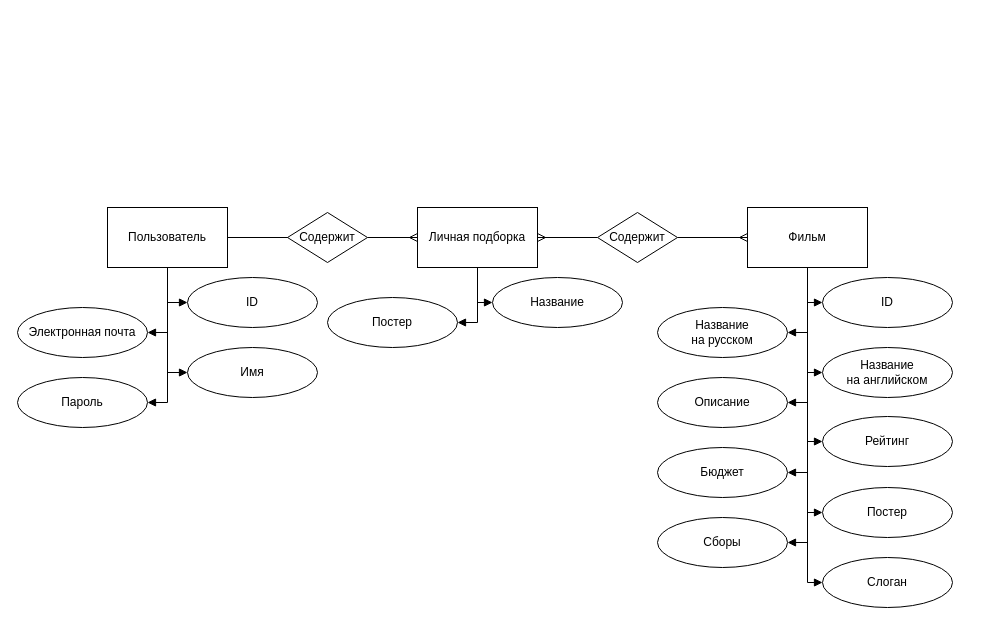
Before: lab01/diagrams/er.drawio in kalashkovpaul/bmstu-sd, a draw.io diagram. Source tidied: cells renumbered, new cells numbered last; positions are measured from the earlier drawing's top-left corner, leaving out a move shared by most shapes. Both pictures are drawn from the tidied source at 100%, with x=0, y=0 at pixel (17, 207).
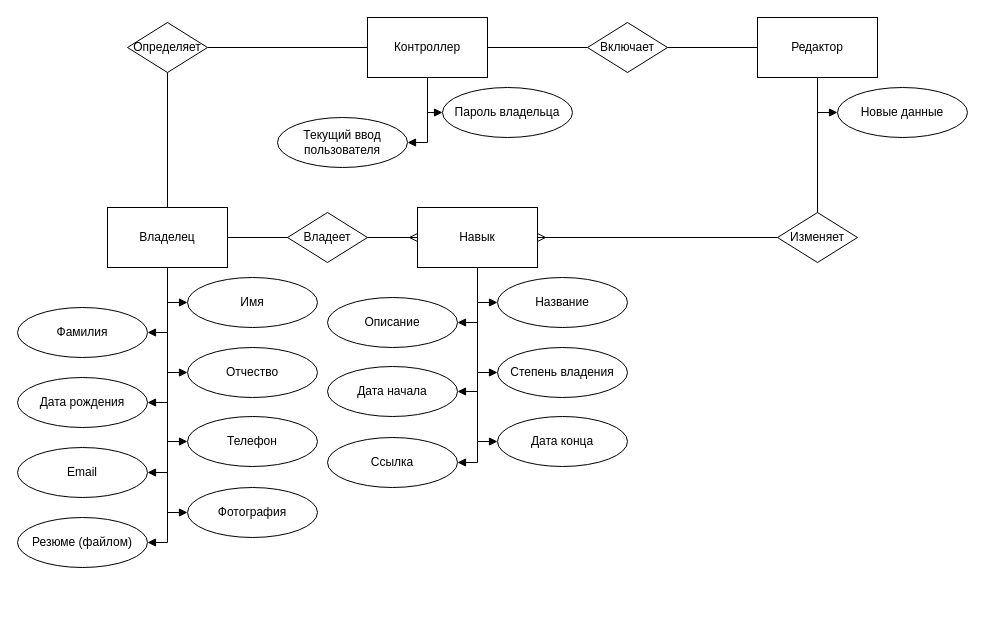
Above is the later version.

Diff of the diagram source:
```diff
@@
+    <mxCell id="41" style="edgeStyle=none;html=1;exitX=0.5;exitY=1;exitDx=0;exitDy=0;entryX=0;entryY=0.5;entryDx=0;entryDy=0;rounded=0;endArrow=block;endFill=1;" parent="1" edge="1" source="7" target="51">
+      <mxGeometry relative="1" as="geometry">
+        <Array as="points">
+          <mxPoint x="150" y="234" />
+        </Array>
+      </mxGeometry>
+    </mxCell>
+    <mxCell id="42" style="edgeStyle=none;rounded=0;html=1;exitX=0.5;exitY=1;exitDx=0;exitDy=0;entryX=1;entryY=0.5;entryDx=0;entryDy=0;endArrow=block;endFill=1;" parent="1" edge="1" source="7" target="52">
+      <mxGeometry relative="1" as="geometry">
+        <Array as="points">
+          <mxPoint x="150" y="265" />
+        </Array>
+      </mxGeometry>
+    </mxCell>
+    <mxCell id="43" style="edgeStyle=none;rounded=0;html=1;exitX=0.5;exitY=1;exitDx=0;exitDy=0;entryX=0;entryY=0.5;entryDx=0;entryDy=0;endArrow=block;endFill=1;" parent="1" edge="1" source="7" target="53">
+      <mxGeometry relative="1" as="geometry">
+        <Array as="points">
+          <mxPoint x="150" y="305" />
+        </Array>
+      </mxGeometry>
+    </mxCell>
+    <mxCell id="44" style="edgeStyle=none;rounded=0;html=1;exitX=0.5;exitY=1;exitDx=0;exitDy=0;entryX=1;entryY=0.5;entryDx=0;entryDy=0;endArrow=block;endFill=1;" parent="1" edge="1" source="7" target="58">
+      <mxGeometry relative="1" as="geometry">
+        <Array as="points">
+          <mxPoint x="150" y="335" />
+        </Array>
+      </mxGeometry>
+    </mxCell>
+    <mxCell id="45" style="edgeStyle=none;rounded=0;html=1;exitX=0.5;exitY=0;exitDx=0;exitDy=0;entryX=0.5;entryY=1;entryDx=0;entryDy=0;endArrow=none;endFill=0;" parent="1" edge="1" source="7" target="60">
+      <mxGeometry relative="1" as="geometry" />
+    </mxCell>
-    <mxCell id="7" value="Пользователь" style="whiteSpace=wrap;html=1;" parent="1" vertex="1">
+    <mxCell id="7" value="Владелец" style="whiteSpace=wrap;html=1;" parent="1" vertex="1">
       <mxGeometry x="90" width="120" height="60" as="geometry" />
     </mxCell>
-    <mxCell id="8" value="ID" style="ellipse;whiteSpace=wrap;html=1;" parent="1" vertex="1">
+    <mxCell id="8" value="Имя" style="ellipse;whiteSpace=wrap;html=1;" parent="1" vertex="1">
       <mxGeometry x="170" y="70" width="130" height="50" as="geometry" />
     </mxCell>
-    <mxCell id="9" value="Электронная почта" style="ellipse;whiteSpace=wrap;html=1;" parent="1" vertex="1">
+    <mxCell id="9" value="Фамилия" style="ellipse;whiteSpace=wrap;html=1;" parent="1" vertex="1">
       <mxGeometry y="100" width="130" height="50" as="geometry" />
     </mxCell>
-    <mxCell id="10" value="Имя" style="ellipse;whiteSpace=wrap;html=1;" parent="1" vertex="1">
+    <mxCell id="10" value="Отчество" style="ellipse;whiteSpace=wrap;html=1;" parent="1" vertex="1">
       <mxGeometry x="170" y="140" width="130" height="50" as="geometry" />
     </mxCell>
-    <mxCell id="11" value="Пароль" style="ellipse;whiteSpace=wrap;html=1;" parent="1" vertex="1">
+    <mxCell id="11" value="Дата рождения" style="ellipse;whiteSpace=wrap;html=1;" parent="1" vertex="1">
       <mxGeometry y="170" width="130" height="50" as="geometry" />
     </mxCell>
     <mxCell id="12" style="edgeStyle=none;rounded=0;html=1;exitX=0.5;exitY=1;exitDx=0;exitDy=0;entryX=0;entryY=0.5;entryDx=0;entryDy=0;endArrow=block;endFill=1;" parent="1" edge="1" source="21" target="22">
       <mxGeometry relative="1" as="geometry">
         <Array as="points">
-          <mxPoint x="790" y="95" />
+          <mxPoint x="410" y="-95" />
         </Array>
       </mxGeometry>
     </mxCell>
     <mxCell id="13" style="edgeStyle=none;rounded=0;html=1;exitX=0.5;exitY=1;exitDx=0;exitDy=0;entryX=1;entryY=0.5;entryDx=0;entryDy=0;endArrow=block;endFill=1;" parent="1" edge="1" source="21" target="23">
       <mxGeometry relative="1" as="geometry">
         <Array as="points">
-          <mxPoint x="790" y="125" />
+          <mxPoint x="410" y="-65" />
         </Array>
       </mxGeometry>
     </mxCell>
-    <mxCell id="14" style="edgeStyle=none;rounded=0;html=1;exitX=0.5;exitY=1;exitDx=0;exitDy=0;entryX=0;entryY=0.5;entryDx=0;entryDy=0;endArrow=block;endFill=1;" parent="1" edge="1" source="21" target="24">
-      <mxGeometry relative="1" as="geometry">
-        <Array as="points">
-          <mxPoint x="790" y="165" />
-        </Array>
-      </mxGeometry>
-    </mxCell>
-    <mxCell id="15" style="edgeStyle=none;rounded=0;html=1;exitX=0.5;exitY=1;exitDx=0;exitDy=0;entryX=1;entryY=0.5;entryDx=0;entryDy=0;endArrow=block;endFill=1;" parent="1" edge="1" source="21" target="25">
-      <mxGeometry relative="1" as="geometry">
-        <Array as="points">
-          <mxPoint x="790" y="195" />
-        </Array>
-      </mxGeometry>
-    </mxCell>
-    <mxCell id="16" style="edgeStyle=none;rounded=0;html=1;exitX=0.5;exitY=1;exitDx=0;exitDy=0;entryX=0;entryY=0.5;entryDx=0;entryDy=0;endArrow=block;endFill=1;" parent="1" edge="1" source="21" target="26">
-      <mxGeometry relative="1" as="geometry">
-        <Array as="points">
-          <mxPoint x="790" y="234" />
-        </Array>
-      </mxGeometry>
-    </mxCell>
-    <mxCell id="17" style="edgeStyle=none;rounded=0;html=1;exitX=0.5;exitY=1;exitDx=0;exitDy=0;entryX=1;entryY=0.5;entryDx=0;entryDy=0;endArrow=block;endFill=1;" parent="1" edge="1" source="21" target="27">
-      <mxGeometry relative="1" as="geometry">
-        <Array as="points">
-          <mxPoint x="790" y="265" />
-        </Array>
-      </mxGeometry>
-    </mxCell>
-    <mxCell id="18" style="edgeStyle=none;rounded=0;html=1;exitX=0.5;exitY=1;exitDx=0;exitDy=0;entryX=0;entryY=0.5;entryDx=0;entryDy=0;endArrow=block;endFill=1;" parent="1" edge="1" source="21" target="28">
-      <mxGeometry relative="1" as="geometry">
-        <Array as="points">
-          <mxPoint x="790" y="305" />
-        </Array>
-      </mxGeometry>
-    </mxCell>
-    <mxCell id="19" style="edgeStyle=none;rounded=0;html=1;exitX=0.5;exitY=1;exitDx=0;exitDy=0;entryX=1;entryY=0.5;entryDx=0;entryDy=0;endArrow=block;endFill=1;" parent="1" edge="1" source="21" target="29">
-      <mxGeometry relative="1" as="geometry">
-        <Array as="points">
-          <mxPoint x="790" y="335" />
-        </Array>
-      </mxGeometry>
-    </mxCell>
-    <mxCell id="20" style="edgeStyle=none;rounded=0;html=1;exitX=0.5;exitY=1;exitDx=0;exitDy=0;entryX=0;entryY=0.5;entryDx=0;entryDy=0;endArrow=block;endFill=1;" parent="1" edge="1" source="21" target="30">
-      <mxGeometry relative="1" as="geometry">
-        <Array as="points">
-          <mxPoint x="790" y="375" />
-        </Array>
-      </mxGeometry>
-    </mxCell>
+    <mxCell id="46" style="edgeStyle=none;rounded=0;html=1;exitX=1;exitY=0.5;exitDx=0;exitDy=0;entryX=0;entryY=0.5;entryDx=0;entryDy=0;endArrow=none;endFill=0;" parent="1" edge="1" source="21" target="65">
+      <mxGeometry relative="1" as="geometry" />
+    </mxCell>
-    <mxCell id="21" value="Фильм" style="whiteSpace=wrap;html=1;" parent="1" vertex="1">
-      <mxGeometry x="730" width="120" height="60" as="geometry" />
+    <mxCell id="21" value="Контроллер" style="whiteSpace=wrap;html=1;" parent="1" vertex="1">
+      <mxGeometry x="350" y="-190" width="120" height="60" as="geometry" />
     </mxCell>
-    <mxCell id="22" value="ID" style="ellipse;whiteSpace=wrap;html=1;" parent="1" vertex="1">
-      <mxGeometry x="805" y="70" width="130" height="50" as="geometry" />
+    <mxCell id="22" value="Пароль владельца" style="ellipse;whiteSpace=wrap;html=1;" parent="1" vertex="1">
+      <mxGeometry x="425" y="-120" width="130" height="50" as="geometry" />
     </mxCell>
-    <mxCell id="23" value="Название&lt;br style=&quot;border-color: var(--border-color);&quot;&gt;на русском" style="ellipse;whiteSpace=wrap;html=1;" parent="1" vertex="1">
-      <mxGeometry x="640" y="100" width="130" height="50" as="geometry" />
+    <mxCell id="23" value="Текущий ввод пользователя" style="ellipse;whiteSpace=wrap;html=1;" parent="1" vertex="1">
+      <mxGeometry x="260" y="-90" width="130" height="50" as="geometry" />
     </mxCell>
-    <mxCell id="24" value="Название&lt;br&gt;на английском" style="ellipse;whiteSpace=wrap;html=1;" parent="1" vertex="1">
-      <mxGeometry x="805" y="140" width="130" height="50" as="geometry" />
-    </mxCell>
-    <mxCell id="25" value="Описание" style="ellipse;whiteSpace=wrap;html=1;" parent="1" vertex="1">
-      <mxGeometry x="640" y="170" width="130" height="50" as="geometry" />
-    </mxCell>
-    <mxCell id="26" value="Рейтинг" style="ellipse;whiteSpace=wrap;html=1;" parent="1" vertex="1">
-      <mxGeometry x="805" y="209" width="130" height="50" as="geometry" />
-    </mxCell>
-    <mxCell id="27" value="Бюджет" style="ellipse;whiteSpace=wrap;html=1;" parent="1" vertex="1">
-      <mxGeometry x="640" y="240" width="130" height="50" as="geometry" />
-    </mxCell>
-    <mxCell id="28" value="Постер" style="ellipse;whiteSpace=wrap;html=1;" parent="1" vertex="1">
-      <mxGeometry x="805" y="280" width="130" height="50" as="geometry" />
-    </mxCell>
-    <mxCell id="29" value="Сборы" style="ellipse;whiteSpace=wrap;html=1;" parent="1" vertex="1">
-      <mxGeometry x="640" y="310" width="130" height="50" as="geometry" />
-    </mxCell>
-    <mxCell id="30" value="Слоган" style="ellipse;whiteSpace=wrap;html=1;" parent="1" vertex="1">
-      <mxGeometry x="805" y="350" width="130" height="50" as="geometry" />
-    </mxCell>
@@
-    <mxCell id="33" style="edgeStyle=none;rounded=0;html=1;exitX=1;exitY=0.5;exitDx=0;exitDy=0;entryX=0;entryY=0.5;entryDx=0;entryDy=0;endArrow=none;endFill=0;startArrow=ERmany;startFill=0;" parent="1" edge="1" source="34" target="40">
-      <mxGeometry relative="1" as="geometry" />
-    </mxCell>
+    <mxCell id="47" style="edgeStyle=none;rounded=0;html=1;exitX=0.5;exitY=1;exitDx=0;exitDy=0;entryX=0;entryY=0.5;entryDx=0;entryDy=0;endArrow=block;endFill=1;" parent="1" edge="1" source="34" target="54">
+      <mxGeometry relative="1" as="geometry">
+        <Array as="points">
+          <mxPoint x="460" y="165" />
+        </Array>
+      </mxGeometry>
+    </mxCell>
+    <mxCell id="48" style="edgeStyle=none;rounded=0;html=1;exitX=0.5;exitY=1;exitDx=0;exitDy=0;entryX=1;entryY=0.5;entryDx=0;entryDy=0;endArrow=block;endFill=1;" parent="1" edge="1" source="34" target="55">
+      <mxGeometry relative="1" as="geometry">
+        <Array as="points">
+          <mxPoint x="460" y="184" />
+        </Array>
+      </mxGeometry>
+    </mxCell>
+    <mxCell id="49" style="edgeStyle=none;rounded=0;html=1;exitX=0.5;exitY=1;exitDx=0;exitDy=0;entryX=0;entryY=0.5;entryDx=0;entryDy=0;endArrow=block;endFill=1;" parent="1" edge="1" source="34" target="56">
+      <mxGeometry relative="1" as="geometry">
+        <Array as="points">
+          <mxPoint x="460" y="234" />
+        </Array>
+      </mxGeometry>
+    </mxCell>
+    <mxCell id="50" style="edgeStyle=none;rounded=0;html=1;exitX=0.5;exitY=1;exitDx=0;exitDy=0;entryX=1;entryY=0.5;entryDx=0;entryDy=0;endArrow=block;endFill=1;" parent="1" edge="1" source="34" target="57">
+      <mxGeometry relative="1" as="geometry">
+        <Array as="points">
+          <mxPoint x="460" y="255" />
+        </Array>
+      </mxGeometry>
+    </mxCell>
-    <mxCell id="34" value="Личная подборка" style="whiteSpace=wrap;html=1;" parent="1" vertex="1">
+    <mxCell id="34" value="Навык" style="whiteSpace=wrap;html=1;" parent="1" vertex="1">
       <mxGeometry x="400" width="120" height="60" as="geometry" />
     </mxCell>
     <mxCell id="35" value="Название" style="ellipse;whiteSpace=wrap;html=1;" parent="1" vertex="1">
-      <mxGeometry x="475" y="70" width="130" height="50" as="geometry" />
+      <mxGeometry x="480" y="70" width="130" height="50" as="geometry" />
     </mxCell>
-    <mxCell id="36" value="Постер" style="ellipse;whiteSpace=wrap;html=1;" parent="1" vertex="1">
+    <mxCell id="36" value="Описание" style="ellipse;whiteSpace=wrap;html=1;" parent="1" vertex="1">
       <mxGeometry x="310" y="90" width="130" height="50" as="geometry" />
     </mxCell>
@@
-    <mxCell id="38" value="Содержит" style="rhombus;whiteSpace=wrap;html=1;" parent="1" vertex="1">
+    <mxCell id="38" value="Владеет" style="rhombus;whiteSpace=wrap;html=1;" parent="1" vertex="1">
       <mxGeometry x="270" y="5" width="80" height="50" as="geometry" />
     </mxCell>
-    <mxCell id="39" style="edgeStyle=none;rounded=0;html=1;exitX=1;exitY=0.5;exitDx=0;exitDy=0;entryX=0;entryY=0.5;entryDx=0;entryDy=0;endArrow=ERmany;endFill=0;" parent="1" edge="1" source="40" target="21">
-      <mxGeometry relative="1" as="geometry" />
-    </mxCell>
-    <mxCell id="40" value="Содержит" style="rhombus;whiteSpace=wrap;html=1;" parent="1" vertex="1">
-      <mxGeometry x="580" y="5" width="80" height="50" as="geometry" />
-    </mxCell>
+    <mxCell id="51" value="Телефон" style="ellipse;whiteSpace=wrap;html=1;" parent="1" vertex="1">
+      <mxGeometry x="170" y="209" width="130" height="50" as="geometry" />
+    </mxCell>
+    <mxCell id="52" value="Email" style="ellipse;whiteSpace=wrap;html=1;" parent="1" vertex="1">
+      <mxGeometry y="240" width="130" height="50" as="geometry" />
+    </mxCell>
+    <mxCell id="53" value="Фотография" style="ellipse;whiteSpace=wrap;html=1;" parent="1" vertex="1">
+      <mxGeometry x="170" y="280" width="130" height="50" as="geometry" />
+    </mxCell>
+    <mxCell id="54" value="Степень владения" style="ellipse;whiteSpace=wrap;html=1;" parent="1" vertex="1">
+      <mxGeometry x="480" y="140" width="130" height="50" as="geometry" />
+    </mxCell>
+    <mxCell id="55" value="Дата начала" style="ellipse;whiteSpace=wrap;html=1;" parent="1" vertex="1">
+      <mxGeometry x="310" y="159" width="130" height="50" as="geometry" />
+    </mxCell>
+    <mxCell id="56" value="Дата конца" style="ellipse;whiteSpace=wrap;html=1;" parent="1" vertex="1">
+      <mxGeometry x="480" y="209" width="130" height="50" as="geometry" />
+    </mxCell>
+    <mxCell id="57" value="Ссылка" style="ellipse;whiteSpace=wrap;html=1;" parent="1" vertex="1">
+      <mxGeometry x="310" y="230" width="130" height="50" as="geometry" />
+    </mxCell>
+    <mxCell id="58" value="Резюме (файлом)" style="ellipse;whiteSpace=wrap;html=1;" parent="1" vertex="1">
+      <mxGeometry y="310" width="130" height="50" as="geometry" />
+    </mxCell>
+    <mxCell id="59" style="edgeStyle=none;rounded=0;html=1;exitX=1;exitY=0.5;exitDx=0;exitDy=0;entryX=0;entryY=0.5;entryDx=0;entryDy=0;endArrow=none;endFill=0;" parent="1" edge="1" source="60" target="21">
+      <mxGeometry relative="1" as="geometry" />
+    </mxCell>
+    <mxCell id="60" value="Определяет" style="rhombus;whiteSpace=wrap;html=1;" parent="1" vertex="1">
+      <mxGeometry x="110" y="-185" width="80" height="50" as="geometry" />
+    </mxCell>
+    <mxCell id="61" style="edgeStyle=none;rounded=0;html=1;exitX=0;exitY=0.5;exitDx=0;exitDy=0;entryX=1;entryY=0.5;entryDx=0;entryDy=0;endArrow=ERmany;endFill=0;startArrow=none;" parent="1" edge="1" source="68" target="34">
+      <mxGeometry relative="1" as="geometry" />
+    </mxCell>
+    <mxCell id="62" style="edgeStyle=none;rounded=0;html=1;exitX=0.5;exitY=1;exitDx=0;exitDy=0;entryX=0;entryY=0.5;entryDx=0;entryDy=0;endArrow=block;endFill=1;" parent="1" edge="1" source="63" target="66">
+      <mxGeometry relative="1" as="geometry">
+        <Array as="points">
+          <mxPoint x="800" y="-95" />
+        </Array>
+      </mxGeometry>
+    </mxCell>
+    <mxCell id="63" value="Редактор" style="whiteSpace=wrap;html=1;" parent="1" vertex="1">
+      <mxGeometry x="740" y="-190" width="120" height="60" as="geometry" />
+    </mxCell>
+    <mxCell id="64" style="edgeStyle=none;rounded=0;html=1;exitX=1;exitY=0.5;exitDx=0;exitDy=0;entryX=0;entryY=0.5;entryDx=0;entryDy=0;endArrow=none;endFill=0;" parent="1" edge="1" source="65" target="63">
+      <mxGeometry relative="1" as="geometry" />
+    </mxCell>
+    <mxCell id="65" value="Включает" style="rhombus;whiteSpace=wrap;html=1;" parent="1" vertex="1">
+      <mxGeometry x="570" y="-185" width="80" height="50" as="geometry" />
+    </mxCell>
+    <mxCell id="66" value="Новые данные" style="ellipse;whiteSpace=wrap;html=1;" parent="1" vertex="1">
+      <mxGeometry x="820" y="-120" width="130" height="50" as="geometry" />
+    </mxCell>
+    <mxCell id="67" style="edgeStyle=none;rounded=0;html=1;exitX=0.5;exitY=1;exitDx=0;exitDy=0;entryX=1;entryY=0.5;entryDx=0;entryDy=0;endArrow=none;endFill=0;" parent="1" edge="1" source="63" target="68">
+      <mxGeometry relative="1" as="geometry">
+        <Array as="points">
+          <mxPoint x="800" y="30" />
+        </Array>
+      </mxGeometry>
+    </mxCell>
+    <mxCell id="68" value="Изменяет" style="rhombus;whiteSpace=wrap;html=1;" parent="1" vertex="1">
+      <mxGeometry x="760" y="5" width="80" height="50" as="geometry" />
+    </mxCell>
```
